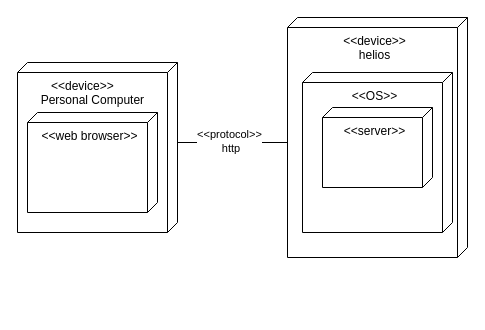
This is Untitled Diagram.drawio from uvusibuneka/ITMO, a draw.io file, before an edit. Source tidied: cells renumbered, new cells numbered last; positions are measured from the earlier drawing's top-left corner, leaving out a move shared by most shapes. Both pictures are drawn from the tidied source at 100%, with x=0, y=0 at pixel (17, 17).
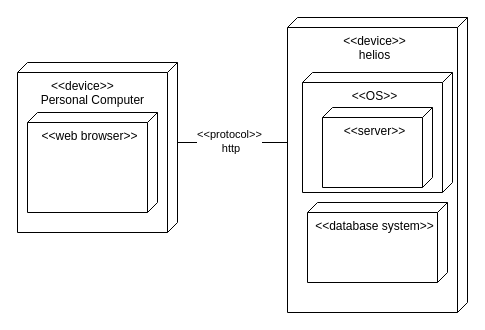
After the change.

Change to the diagram source:
```diff
@@
 <mxGraphModel>
   <root>
     <mxCell id="0" />
     <mxCell id="1" parent="0" />
     <mxCell id="2" value="&lt;div&gt;&lt;br&gt;&lt;/div&gt;&lt;div&gt;&amp;nbsp;&amp;nbsp;&amp;nbsp;&amp;nbsp; Personal Computer&lt;/div&gt;" style="verticalAlign=top;align=left;shape=cube;size=10;direction=south;fontStyle=0;html=1;boundedLbl=1;spacingLeft=5;whiteSpace=wrap;" parent="1" vertex="1">
       <mxGeometry y="45" width="160" height="170" as="geometry" />
     </mxCell>
     <mxCell id="3" value="&amp;lt;&amp;lt;web browser&amp;gt;&amp;gt;" style="verticalAlign=top;align=center;shape=cube;size=10;direction=south;html=1;boundedLbl=1;spacingLeft=5;whiteSpace=wrap;" parent="2" vertex="1">
       <mxGeometry width="130" height="100" relative="1" as="geometry">
         <mxPoint x="10" y="50" as="offset" />
       </mxGeometry>
     </mxCell>
     <mxCell id="4" value="&amp;lt;&amp;lt;device&amp;gt;&amp;gt;" style="text;whiteSpace=wrap;html=1;" parent="2" vertex="1">
       <mxGeometry x="32" y="10" width="128" height="50" as="geometry" />
     </mxCell>
     <mxCell id="5" value="&lt;div align=&quot;center&quot;&gt;&amp;lt;&amp;lt;device&amp;gt;&amp;gt;&lt;/div&gt;&lt;div align=&quot;center&quot;&gt;helios&lt;br&gt;&lt;/div&gt;" style="verticalAlign=top;align=center;shape=cube;size=10;direction=south;fontStyle=0;html=1;boundedLbl=1;spacingLeft=5;whiteSpace=wrap;" parent="1" vertex="1">
-      <mxGeometry x="270" width="180" height="240" as="geometry" />
+      <mxGeometry x="270" width="180" height="295" as="geometry" />
     </mxCell>
     <mxCell id="6" style="endArrow=none;html=1;rounded=0;exitX=0;exitY=0;exitDx=80;exitDy=0;exitPerimeter=0;entryX=0;entryY=0;entryDx=125;entryDy=180;entryPerimeter=0;" parent="1" edge="1" source="2" target="5">
       <mxGeometry relative="1" as="geometry" />
     </mxCell>
     <mxCell id="7" value="&lt;div&gt;&amp;lt;&amp;lt;protocol&amp;gt;&amp;gt;&lt;/div&gt;&lt;div&gt;&amp;nbsp;http&lt;/div&gt;" style="edgeLabel;html=1;align=center;verticalAlign=middle;" parent="6" vertex="1">
       <mxGeometry x="-0.07" y="2" relative="1" as="geometry" />
     </mxCell>
     <mxCell id="8" value="&amp;lt;&amp;lt;OS&amp;gt;&amp;gt;" style="verticalAlign=top;align=center;shape=cube;size=10;direction=south;html=1;boundedLbl=1;spacingLeft=5;whiteSpace=wrap;" parent="1" vertex="1">
-      <mxGeometry x="285" y="55" width="150" height="160" as="geometry" />
+      <mxGeometry x="285" y="55" width="150" height="120" as="geometry" />
     </mxCell>
     <mxCell id="9" value="&amp;lt;&amp;lt;server&amp;gt;&amp;gt;" style="verticalAlign=top;align=center;shape=cube;size=10;direction=south;html=1;boundedLbl=1;spacingLeft=5;whiteSpace=wrap;" parent="1" vertex="1">
       <mxGeometry x="305" y="90" width="110" height="80" as="geometry" />
     </mxCell>
+    <mxCell id="10" value="&amp;lt;&amp;lt;database system&amp;gt;&amp;gt;" style="verticalAlign=top;align=center;shape=cube;size=10;direction=south;html=1;boundedLbl=1;spacingLeft=5;whiteSpace=wrap;" parent="1" vertex="1">
+      <mxGeometry x="290" y="185" width="140" height="80" as="geometry" />
+    </mxCell>
   </root>
 </mxGraphModel>
```
